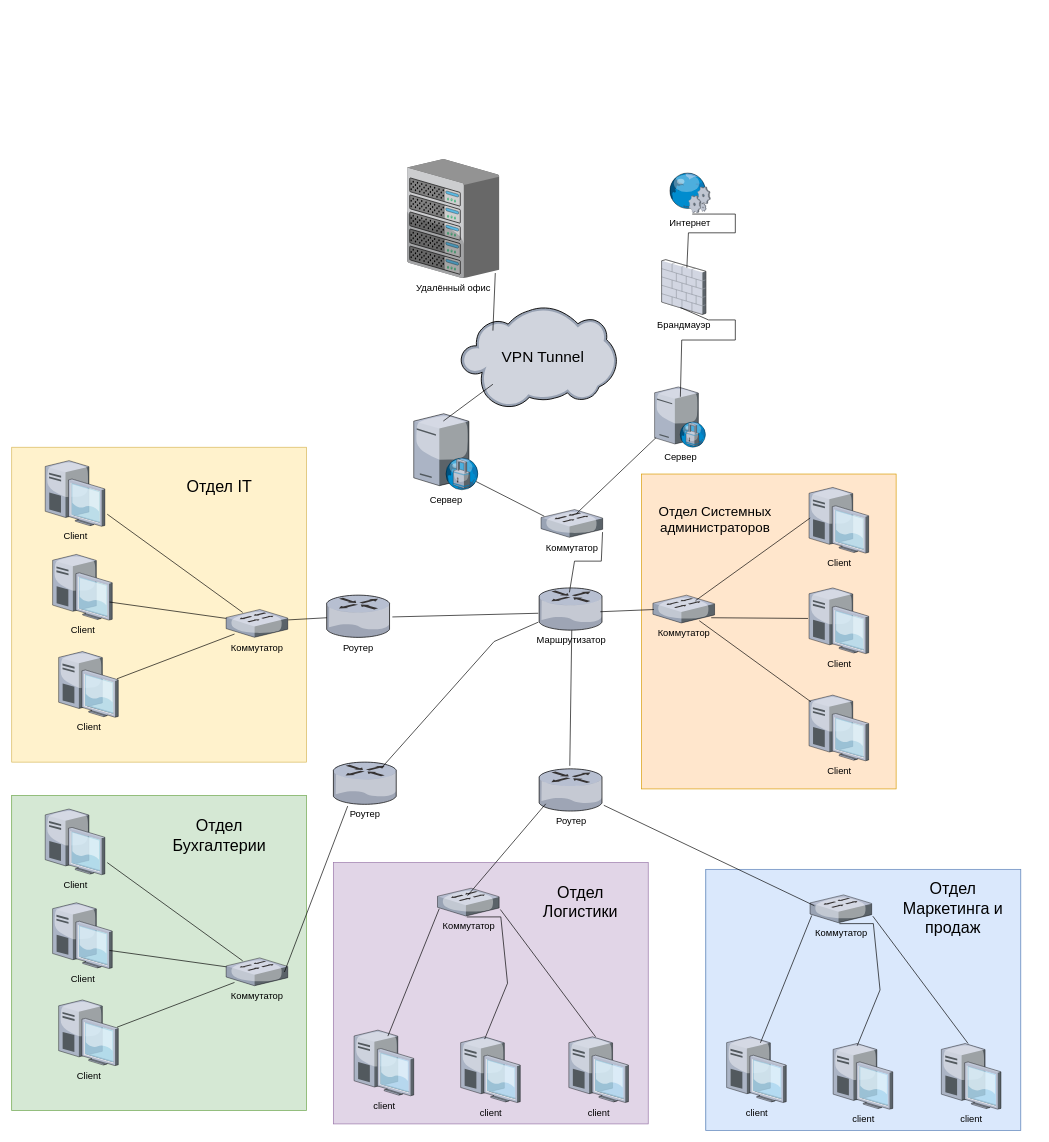
Above: Шаблон.drawio in klepa30069/seti (draw.io), before the change. Source tidied: cells renumbered, new cells numbered last; positions are measured from the earlier drawing's top-left corner, leaving out a move shared by most shapes. Both pictures are drawn from the tidied source at 67%, with x=0, y=0 at pixel (11, 159).
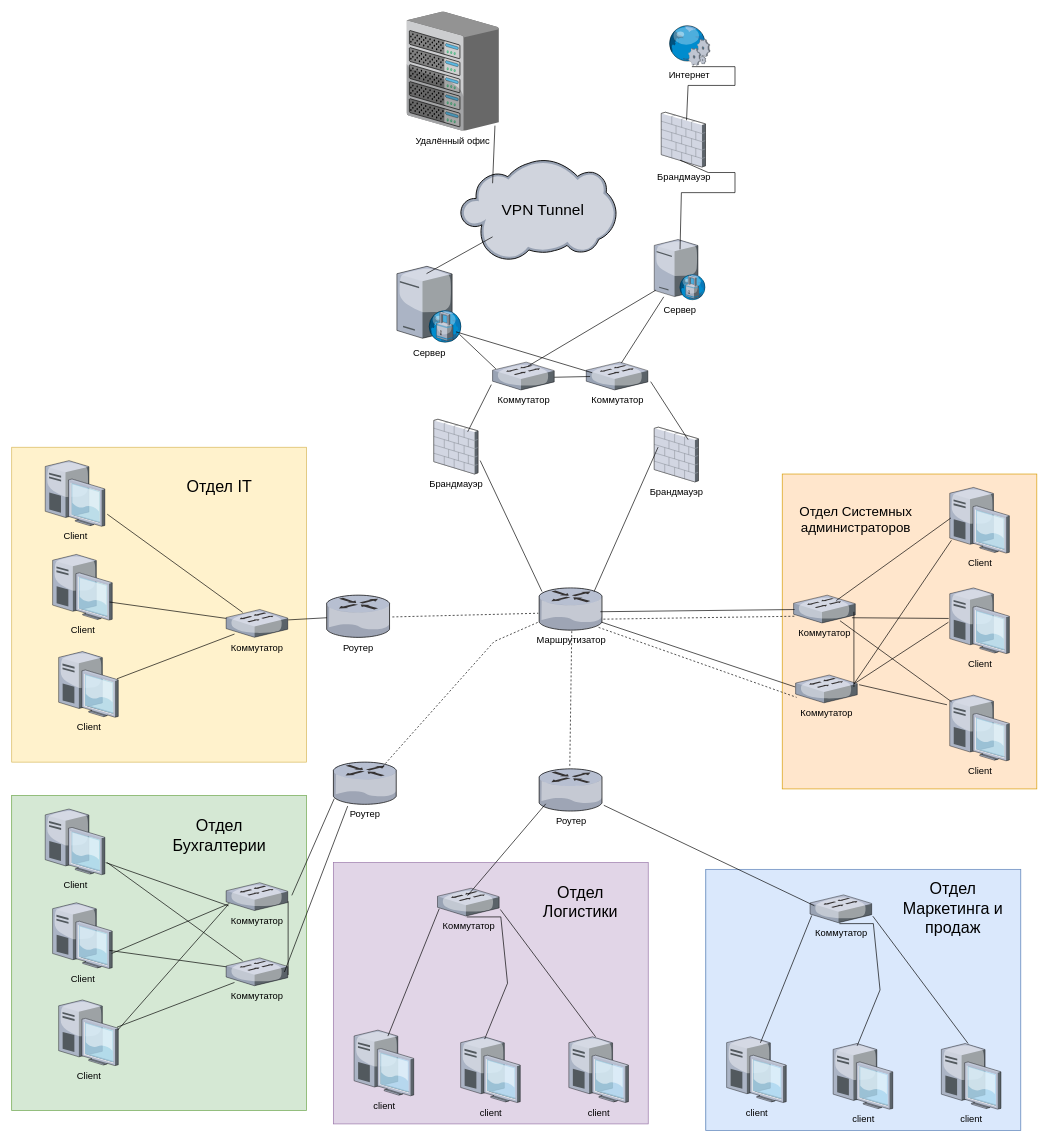
After the change.

Unchanged cells that the change refers to:
```xml
<mxCell id="16" value="Маршрутизатор" style="verticalLabelPosition=bottom;html=1;verticalAlign=top;strokeColor=none;shape=mxgraph.citrix.router;fillColor=#66B2FF;gradientColor=#0066CC;fontSize=14;" parent="1" vertex="1">
  <mxGeometry x="787.1" y="640" width="94.9" height="63" as="geometry" />
</mxCell>
<mxCell id="18" value="Роутер" style="verticalLabelPosition=bottom;html=1;verticalAlign=top;strokeColor=none;shape=mxgraph.citrix.router;fillColor=#66B2FF;gradientColor=#0066CC;fontSize=14;" parent="1" vertex="1">
  <mxGeometry x="480" y="900" width="94.9" height="63" as="geometry" />
</mxCell>
<mxCell id="19" value="Роутер" style="verticalLabelPosition=bottom;html=1;verticalAlign=top;strokeColor=none;shape=mxgraph.citrix.router;fillColor=#66B2FF;gradientColor=#0066CC;fontSize=14;" parent="1" vertex="1">
  <mxGeometry x="787.1" y="910" width="94.9" height="63" as="geometry" />
</mxCell>
<mxCell id="20" value="Роутер" style="verticalLabelPosition=bottom;html=1;verticalAlign=top;strokeColor=none;shape=mxgraph.citrix.router;fillColor=#66B2FF;gradientColor=#0066CC;fontSize=14;" parent="1" vertex="1">
  <mxGeometry x="470" y="650.8" width="94.9" height="63" as="geometry" />
</mxCell>
<mxCell id="24" value="Коммутатор" style="verticalLabelPosition=bottom;html=1;verticalAlign=top;strokeColor=none;shape=mxgraph.citrix.switch;fillColor=#66B2FF;gradientColor=#0066CC;fontSize=14;" parent="22" vertex="1">
  <mxGeometry x="17" y="180.8" width="92" height="41.5" as="geometry" />
</mxCell>
<mxCell id="25" value="Client" style="verticalLabelPosition=bottom;html=1;verticalAlign=top;strokeColor=none;shape=mxgraph.citrix.desktop;fillColor=#66B2FF;gradientColor=#0066CC;fontSize=14;" parent="22" vertex="1">
  <mxGeometry x="250" y="20" width="89" height="98" as="geometry" />
</mxCell>
<mxCell id="26" value="Client" style="verticalLabelPosition=bottom;html=1;verticalAlign=top;strokeColor=none;shape=mxgraph.citrix.desktop;fillColor=#66B2FF;gradientColor=#0066CC;fontSize=14;" parent="22" vertex="1">
  <mxGeometry x="250" y="170" width="89" height="98" as="geometry" />
</mxCell>
<mxCell id="27" value="Client" style="verticalLabelPosition=bottom;html=1;verticalAlign=top;strokeColor=none;shape=mxgraph.citrix.desktop;fillColor=#66B2FF;gradientColor=#0066CC;fontSize=14;" parent="22" vertex="1">
  <mxGeometry x="250" y="330" width="89" height="98" as="geometry" />
</mxCell>
<mxCell id="42" style="group;fillColor=#d5e8d4;strokeColor=#82b366;" parent="1" vertex="1">
  <mxGeometry y="950" width="440" height="470" as="geometry" />
</mxCell>
<mxCell id="44" value="Коммутатор" style="verticalLabelPosition=bottom;html=1;verticalAlign=top;strokeColor=none;shape=mxgraph.citrix.switch;fillColor=#66B2FF;gradientColor=#0066CC;fontSize=14;" parent="42" vertex="1">
  <mxGeometry x="320" y="242.2" width="92" height="41.5" as="geometry" />
</mxCell>
<mxCell id="45" value="Client" style="verticalLabelPosition=bottom;html=1;verticalAlign=top;strokeColor=none;shape=mxgraph.citrix.desktop;fillColor=#66B2FF;gradientColor=#0066CC;fontSize=14;" parent="42" vertex="1">
  <mxGeometry x="50" y="20" width="89" height="98" as="geometry" />
</mxCell>
<mxCell id="46" value="Client" style="verticalLabelPosition=bottom;html=1;verticalAlign=top;strokeColor=none;shape=mxgraph.citrix.desktop;fillColor=#66B2FF;gradientColor=#0066CC;fontSize=14;" parent="42" vertex="1">
  <mxGeometry x="61" y="160" width="89" height="98" as="geometry" />
</mxCell>
<mxCell id="47" value="Client" style="verticalLabelPosition=bottom;html=1;verticalAlign=top;strokeColor=none;shape=mxgraph.citrix.desktop;fillColor=#66B2FF;gradientColor=#0066CC;fontSize=14;" parent="42" vertex="1">
  <mxGeometry x="70" y="305" width="89" height="98" as="geometry" />
</mxCell>
```

Change to the diagram source:
```diff
@@
     <mxCell id="2" value="Интернет" style="verticalLabelPosition=bottom;html=1;verticalAlign=top;strokeColor=none;shape=mxgraph.citrix.web_service;fillColor=#66B2FF;gradientColor=#0066CC;fontSize=14;" parent="1" vertex="1">
-      <mxGeometry x="980" y="20" width="63" height="60" as="geometry" />
+      <mxGeometry x="979.5" y="-200" width="63" height="60" as="geometry" />
     </mxCell>
     <mxCell id="3" value="Брандмауэр" style="verticalLabelPosition=bottom;html=1;verticalAlign=top;strokeColor=none;shape=mxgraph.citrix.firewall;fillColor=#66B2FF;gradientColor=#0066CC;fontSize=14;" parent="1" vertex="1">
-      <mxGeometry x="970" y="150" width="66" height="81.8" as="geometry" />
+      <mxGeometry x="969.5" y="-70" width="66" height="81.8" as="geometry" />
     </mxCell>
     <mxCell id="4" style="endArrow=none;html=1;rounded=0;exitX=0.571;exitY=0.147;exitDx=0;exitDy=0;exitPerimeter=0;entryX=0.566;entryY=1.033;entryDx=0;entryDy=0;entryPerimeter=0;" parent="1" edge="1" source="3" target="2">
       <mxGeometry relative="1" as="geometry">
         <Array as="points">
-          <mxPoint x="1010" y="110" />
-          <mxPoint x="1080" y="110" />
-          <mxPoint x="1080" y="82" />
+          <mxPoint x="1009.5" y="-110" />
+          <mxPoint x="1079.5" y="-110" />
+          <mxPoint x="1079.5" y="-138" />
         </Array>
       </mxGeometry>
     </mxCell>
     <mxCell id="5" value="Сервер" style="verticalLabelPosition=bottom;html=1;verticalAlign=top;strokeColor=none;shape=mxgraph.citrix.proxy_server;fillColor=#66B2FF;gradientColor=#0066CC;fontSize=14;" parent="1" vertex="1">
-      <mxGeometry x="959.5" y="340" width="76.5" height="90" as="geometry" />
+      <mxGeometry x="959" y="120" width="76.5" height="90" as="geometry" />
     </mxCell>
     <mxCell id="6" style="endArrow=none;html=1;rounded=0;exitX=0.503;exitY=0.163;exitDx=0;exitDy=0;exitPerimeter=0;entryX=0.424;entryY=0.874;entryDx=0;entryDy=0;entryPerimeter=0;" parent="1" edge="1" source="5" target="3">
       <mxGeometry relative="1" as="geometry">
         <Array as="points">
-          <mxPoint x="1000" y="270" />
-          <mxPoint x="1080" y="270" />
-          <mxPoint x="1080" y="240" />
-          <mxPoint x="1040" y="240" />
+          <mxPoint x="999.5" y="50" />
+          <mxPoint x="1079.5" y="50" />
+          <mxPoint x="1079.5" y="20" />
+          <mxPoint x="1039.5" y="20" />
         </Array>
       </mxGeometry>
     </mxCell>
     <mxCell id="7" value="Коммутатор" style="verticalLabelPosition=bottom;html=1;verticalAlign=top;strokeColor=none;shape=mxgraph.citrix.switch;fillColor=#66B2FF;gradientColor=#0066CC;fontSize=14;" parent="1" vertex="1">
-      <mxGeometry x="790" y="523" width="92" height="41.5" as="geometry" />
+      <mxGeometry x="717.7" y="303" width="92" height="41.5" as="geometry" />
     </mxCell>
@@
     <mxCell id="9" value="Сервер" style="verticalLabelPosition=bottom;html=1;verticalAlign=top;strokeColor=none;shape=mxgraph.citrix.proxy_server;fillColor=#66B2FF;gradientColor=#0066CC;fontSize=14;" parent="1" vertex="1">
-      <mxGeometry x="600" y="380" width="96.5" height="113.5" as="geometry" />
+      <mxGeometry x="574.9" y="160" width="96.5" height="113.5" as="geometry" />
     </mxCell>
@@
     <mxCell id="11" style="verticalLabelPosition=bottom;sketch=0;html=1;verticalAlign=top;strokeColor=none;align=center;shape=mxgraph.citrix.cloud;" parent="1" vertex="1">
-      <mxGeometry x="670" y="220" width="232.9" height="152" as="geometry" />
+      <mxGeometry x="669.5" width="232.9" height="152" as="geometry" />
     </mxCell>
@@
     <mxCell id="13" value="&lt;font style=&quot;font-size: 23px;&quot;&gt;VPN Tunnel&lt;/font&gt;" style="text;html=1;align=center;verticalAlign=middle;whiteSpace=wrap;rounded=0;" parent="1" vertex="1">
-      <mxGeometry x="718.2" y="256" width="150" height="80" as="geometry" />
+      <mxGeometry x="717.7" y="36" width="150" height="80" as="geometry" />
     </mxCell>
     <mxCell id="14" value="Удалённый офис" style="verticalLabelPosition=bottom;html=1;verticalAlign=top;strokeColor=none;shape=mxgraph.citrix.chassis;fillColor=#66B2FF;gradientColor=#0066CC;fontSize=14;" parent="1" vertex="1">
-      <mxGeometry x="590" width="137.5" height="177.5" as="geometry" />
+      <mxGeometry x="589.5" y="-220" width="137.5" height="177.5" as="geometry" />
     </mxCell>
@@
-    <mxCell id="17" style="endArrow=none;html=1;rounded=0;entryX=0.477;entryY=0.106;entryDx=0;entryDy=0;entryPerimeter=0;exitX=0.998;exitY=0.811;exitDx=0;exitDy=0;exitPerimeter=0;" parent="1" edge="1" source="7" target="16">
-      <mxGeometry relative="1" as="geometry">
-        <Array as="points">
-          <mxPoint x="880" y="600" />
-          <mxPoint x="840" y="600" />
-        </Array>
-      </mxGeometry>
-    </mxCell>
@@
-    <mxCell id="21" style="endArrow=none;html=1;rounded=0;exitX=1.034;exitY=0.516;exitDx=0;exitDy=0;exitPerimeter=0;entryX=-0.012;entryY=0.6;entryDx=0;entryDy=0;entryPerimeter=0;" parent="1" edge="1" source="20" target="16">
+    <mxCell id="21" style="endArrow=none;html=1;rounded=0;exitX=1.034;exitY=0.516;exitDx=0;exitDy=0;exitPerimeter=0;entryX=-0.012;entryY=0.6;entryDx=0;entryDy=0;entryPerimeter=0;dashed=1;" parent="1" edge="1" source="20" target="16">
       <mxGeometry relative="1" as="geometry" />
     </mxCell>
     <mxCell id="22" style="group;" parent="1" vertex="1">
-      <mxGeometry x="940" y="470" width="380" height="470" as="geometry" />
+      <mxGeometry x="1150" y="470" width="380" height="470" as="geometry" />
     </mxCell>
@@
+    <mxCell id="79" value="Коммутатор" style="verticalLabelPosition=bottom;html=1;verticalAlign=top;strokeColor=none;shape=mxgraph.citrix.switch;fillColor=#66B2FF;gradientColor=#0066CC;fontSize=14;" parent="22" vertex="1">
+      <mxGeometry x="20" y="300" width="92" height="41.5" as="geometry" />
+    </mxCell>
+    <mxCell id="80" style="endArrow=none;html=1;rounded=0;entryX=0.946;entryY=0.321;entryDx=0;entryDy=0;entryPerimeter=0;exitX=0.029;exitY=0.805;exitDx=0;exitDy=0;exitPerimeter=0;" parent="22" edge="1" source="25" target="79">
+      <mxGeometry relative="1" as="geometry" />
+    </mxCell>
+    <mxCell id="81" style="endArrow=none;html=1;rounded=0;exitX=-0.021;exitY=0.522;exitDx=0;exitDy=0;exitPerimeter=0;entryX=0.946;entryY=0.321;entryDx=0;entryDy=0;entryPerimeter=0;" parent="22" edge="1" source="26" target="79">
+      <mxGeometry relative="1" as="geometry" />
+    </mxCell>
+    <mxCell id="82" style="endArrow=none;html=1;rounded=0;entryX=1.03;entryY=0.348;entryDx=0;entryDy=0;entryPerimeter=0;exitX=-0.046;exitY=0.147;exitDx=0;exitDy=0;exitPerimeter=0;" parent="22" edge="1" source="27" target="79">
+      <mxGeometry relative="1" as="geometry" />
+    </mxCell>
+    <mxCell id="83" style="endArrow=none;html=1;rounded=0;entryX=0.946;entryY=0.428;entryDx=0;entryDy=0;entryPerimeter=0;exitX=0.978;exitY=0.598;exitDx=0;exitDy=0;exitPerimeter=0;" parent="22" edge="1" source="24" target="79">
+      <mxGeometry relative="1" as="geometry" />
+    </mxCell>
@@
+    <mxCell id="84" value="Коммутатор" style="verticalLabelPosition=bottom;html=1;verticalAlign=top;strokeColor=none;shape=mxgraph.citrix.switch;fillColor=#66B2FF;gradientColor=#0066CC;fontSize=14;" parent="42" vertex="1">
+      <mxGeometry x="320" y="130" width="92" height="41.5" as="geometry" />
+    </mxCell>
+    <mxCell id="85" style="endArrow=none;html=1;rounded=0;exitX=0.04;exitY=0.83;exitDx=0;exitDy=0;exitPerimeter=0;entryX=1.015;entryY=0.816;entryDx=0;entryDy=0;entryPerimeter=0;" parent="42" edge="1" source="84" target="45">
+      <mxGeometry relative="1" as="geometry" />
+    </mxCell>
+    <mxCell id="86" style="endArrow=none;html=1;rounded=0;exitX=0.052;exitY=0.75;exitDx=0;exitDy=0;exitPerimeter=0;entryX=0.991;entryY=0.771;entryDx=0;entryDy=0;entryPerimeter=0;" parent="42" edge="1" source="84" target="46">
+      <mxGeometry relative="1" as="geometry" />
+    </mxCell>
+    <mxCell id="87" style="endArrow=none;html=1;rounded=0;exitX=0.028;exitY=0.803;exitDx=0;exitDy=0;exitPerimeter=0;entryX=0.99;entryY=0.459;entryDx=0;entryDy=0;entryPerimeter=0;" parent="42" edge="1" source="84" target="47">
+      <mxGeometry relative="1" as="geometry" />
+    </mxCell>
+    <mxCell id="88" style="endArrow=none;html=1;rounded=0;exitX=1.006;exitY=0.669;exitDx=0;exitDy=0;exitPerimeter=0;entryX=1.006;entryY=0.615;entryDx=0;entryDy=0;entryPerimeter=0;" parent="42" edge="1" source="84" target="44">
+      <mxGeometry relative="1" as="geometry" />
+    </mxCell>
-    <mxCell id="52" style="endArrow=none;html=1;rounded=0;exitX=0.776;exitY=0.106;exitDx=0;exitDy=0;exitPerimeter=0;entryX=-0.012;entryY=0.811;entryDx=0;entryDy=0;entryPerimeter=0;" parent="1" edge="1" source="18" target="16">
+    <mxCell id="52" style="endArrow=none;html=1;rounded=0;exitX=0.776;exitY=0.106;exitDx=0;exitDy=0;exitPerimeter=0;entryX=-0.012;entryY=0.811;entryDx=0;entryDy=0;entryPerimeter=0;dashed=1;" parent="1" edge="1" source="18" target="16">
       <mxGeometry relative="1" as="geometry">
         <Array as="points">
           <mxPoint x="720" y="720" />
         </Array>
       </mxGeometry>
     </mxCell>
@@
-    <mxCell id="56" style="endArrow=none;html=1;rounded=0;exitX=0.483;exitY=-0.071;exitDx=0;exitDy=0;exitPerimeter=0;entryX=0.514;entryY=1.005;entryDx=0;entryDy=0;entryPerimeter=0;" parent="1" edge="1" source="19" target="16">
+    <mxCell id="56" style="endArrow=none;html=1;rounded=0;exitX=0.483;exitY=-0.071;exitDx=0;exitDy=0;exitPerimeter=0;entryX=0.514;entryY=1.005;entryDx=0;entryDy=0;entryPerimeter=0;dashed=1;" parent="1" edge="1" source="19" target="16">
       <mxGeometry relative="1" as="geometry" />
     </mxCell>
@@
+    <mxCell id="89" style="endArrow=none;html=1;rounded=0;exitX=0.012;exitY=0.758;exitDx=0;exitDy=0;exitPerimeter=0;entryX=0.982;entryY=0.741;entryDx=0;entryDy=0;entryPerimeter=0;dashed=1;" parent="1" edge="1" source="24" target="16">
+      <mxGeometry relative="1" as="geometry" />
+    </mxCell>
+    <mxCell id="90" style="endArrow=none;html=1;rounded=0;exitX=0.015;exitY=0.864;exitDx=0;exitDy=0;exitPerimeter=0;entryX=1.066;entryY=0.455;entryDx=0;entryDy=0;entryPerimeter=0;" parent="1" edge="1" source="18" target="84">
+      <mxGeometry relative="1" as="geometry" />
+    </mxCell>
+    <mxCell id="91" style="endArrow=none;html=1;rounded=0;entryX=-0.008;entryY=0.428;entryDx=0;entryDy=0;entryPerimeter=0;exitX=0.982;exitY=0.811;exitDx=0;exitDy=0;exitPerimeter=0;" parent="1" edge="1" source="16" target="79">
+      <mxGeometry relative="1" as="geometry" />
+    </mxCell>
+    <mxCell id="92" style="endArrow=none;html=1;rounded=0;entryX=0.016;entryY=0.803;entryDx=0;entryDy=0;entryPerimeter=0;exitX=0.936;exitY=0.935;exitDx=0;exitDy=0;exitPerimeter=0;dashed=1;" parent="1" edge="1" source="16" target="79">
+      <mxGeometry relative="1" as="geometry" />
+    </mxCell>
+    <mxCell id="93" value="Коммутатор" style="verticalLabelPosition=bottom;html=1;verticalAlign=top;strokeColor=none;shape=mxgraph.citrix.switch;fillColor=#66B2FF;gradientColor=#0066CC;fontSize=14;" parent="1" vertex="1">
+      <mxGeometry x="857.5" y="303" width="92" height="41.5" as="geometry" />
+    </mxCell>
+    <mxCell id="94" style="endArrow=none;html=1;rounded=0;entryX=0.569;entryY=0.035;entryDx=0;entryDy=0;entryPerimeter=0;exitX=0.185;exitY=0.951;exitDx=0;exitDy=0;exitPerimeter=0;" parent="1" edge="1" source="5" target="93">
+      <mxGeometry relative="1" as="geometry" />
+    </mxCell>
+    <mxCell id="95" style="endArrow=none;html=1;rounded=0;entryX=0.913;entryY=0.861;entryDx=0;entryDy=0;entryPerimeter=0;exitX=0.098;exitY=0.383;exitDx=0;exitDy=0;exitPerimeter=0;" parent="1" edge="1" source="93" target="9">
+      <mxGeometry relative="1" as="geometry" />
+    </mxCell>
+    <mxCell id="96" style="endArrow=none;html=1;rounded=0;entryX=1.001;entryY=0.544;entryDx=0;entryDy=0;entryPerimeter=0;exitX=0.062;exitY=0.517;exitDx=0;exitDy=0;exitPerimeter=0;" parent="1" edge="1" source="93" target="7">
+      <mxGeometry relative="1" as="geometry" />
+    </mxCell>
+    <mxCell id="97" value="Брандмауэр" style="verticalLabelPosition=bottom;html=1;verticalAlign=top;strokeColor=none;shape=mxgraph.citrix.firewall;fillColor=#66B2FF;gradientColor=#0066CC;fontSize=14;" parent="1" vertex="1">
+      <mxGeometry x="959" y="400" width="66" height="81.8" as="geometry" />
+    </mxCell>
+    <mxCell id="98" style="endArrow=none;html=1;rounded=0;entryX=0.766;entryY=0.229;entryDx=0;entryDy=0;entryPerimeter=0;exitX=1.045;exitY=0.701;exitDx=0;exitDy=0;exitPerimeter=0;" parent="1" edge="1" source="93" target="97">
+      <mxGeometry relative="1" as="geometry" />
+    </mxCell>
+    <mxCell id="99" value="Брандмауэр" style="verticalLabelPosition=bottom;html=1;verticalAlign=top;strokeColor=none;shape=mxgraph.citrix.firewall;fillColor=#66B2FF;gradientColor=#0066CC;fontSize=14;" parent="1" vertex="1">
+      <mxGeometry x="630" y="388.2" width="66" height="81.8" as="geometry" />
+    </mxCell>
+    <mxCell id="100" style="endArrow=none;html=1;rounded=0;entryX=0.766;entryY=0.229;entryDx=0;entryDy=0;entryPerimeter=0;exitX=-0.02;exitY=0.809;exitDx=0;exitDy=0;exitPerimeter=0;" parent="1" edge="1" source="7" target="99">
+      <mxGeometry relative="1" as="geometry" />
+    </mxCell>
+    <mxCell id="101" style="endArrow=none;html=1;rounded=0;entryX=0.046;entryY=0.086;entryDx=0;entryDy=0;entryPerimeter=0;exitX=1.048;exitY=0.754;exitDx=0;exitDy=0;exitPerimeter=0;" parent="1" edge="1" source="99" target="16">
+      <mxGeometry relative="1" as="geometry" />
+    </mxCell>
+    <mxCell id="102" style="endArrow=none;html=1;rounded=0;entryX=0.865;entryY=0.086;entryDx=0;entryDy=0;entryPerimeter=0;exitX=0.087;exitY=0.365;exitDx=0;exitDy=0;exitPerimeter=0;" parent="1" edge="1" source="97" target="16">
+      <mxGeometry relative="1" as="geometry" />
+    </mxCell>
```
